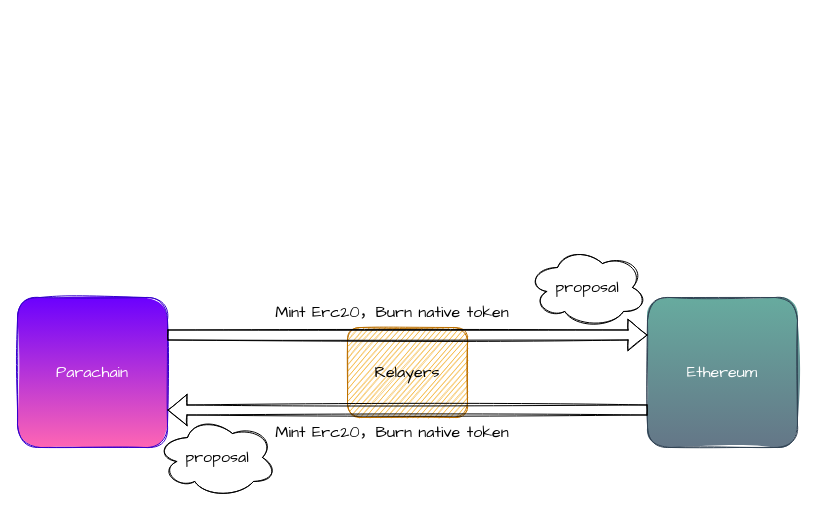
The draw.io diagram drawio/bridge_architecture.drawio in 0xrjman/resources, before the edit. Source tidied: cells renumbered, new cells numbered last; positions are measured from the earlier drawing's top-left corner, leaving out a move shared by most shapes. Both pictures are drawn from the tidied source at 100%, with x=0, y=0 at pixel (17, 247).
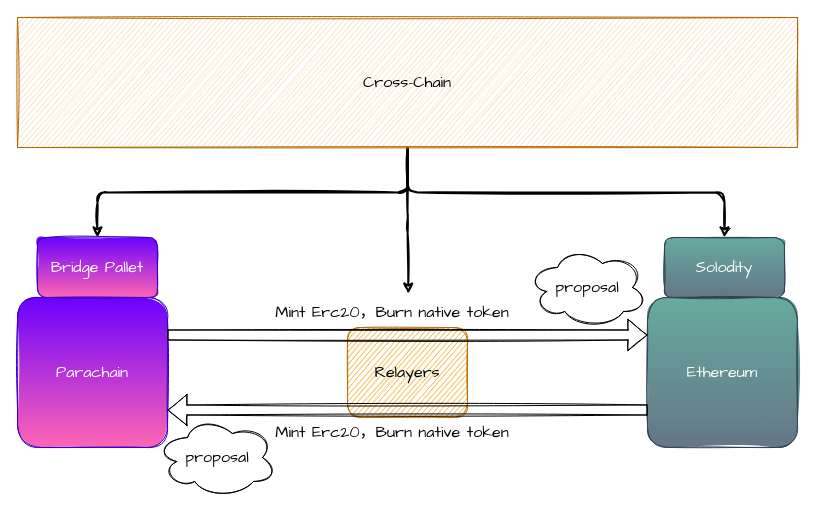
The same diagram, later.

What changed in the source:
```diff
@@
 <mxGraphModel>
   <root>
     <mxCell id="0" />
     <mxCell id="1" parent="0" />
+    <mxCell id="11" style="edgeStyle=orthogonalEdgeStyle;rounded=1;sketch=1;jettySize=auto;html=1;fontFamily=Comic Sans MS;fontSize=16;strokeWidth=2;" parent="1" edge="1" source="2" target="18">
+      <mxGeometry relative="1" as="geometry" />
+    </mxCell>
     <mxCell id="2" value="Parachain" style="rounded=1;whiteSpace=wrap;html=1;fontSize=16;sketch=1;fontFamily=Comic Sans MS;fillColor=#6a00ff;fontColor=#ffffff;strokeColor=#3700CC;gradientColor=#FF66B3;" parent="1" vertex="1">
       <mxGeometry y="50" width="150" height="150" as="geometry" />
     </mxCell>
+    <mxCell id="12" style="edgeStyle=orthogonalEdgeStyle;rounded=1;sketch=1;jettySize=auto;html=1;fontFamily=Comic Sans MS;fontSize=16;strokeWidth=2;" parent="1" edge="1" source="3" target="17">
+      <mxGeometry relative="1" as="geometry" />
+    </mxCell>
     <mxCell id="3" value="Ethereum" style="rounded=1;whiteSpace=wrap;html=1;fontSize=16;sketch=1;fontFamily=Comic Sans MS;fillColor=#647687;fontColor=#ffffff;strokeColor=#314354;gradientColor=#67AB9F;gradientDirection=north;" parent="1" vertex="1">
       <mxGeometry x="630" y="50" width="150" height="150" as="geometry" />
     </mxCell>
     <mxCell id="4" value="Relayers" style="rounded=1;whiteSpace=wrap;html=1;fontSize=16;shadow=0;glass=0;sketch=1;fontFamily=Comic Sans MS;fillColor=#f0a30a;fontColor=#000000;strokeColor=#BD7000;" parent="1" vertex="1">
       <mxGeometry x="330" y="80" width="120" height="90" as="geometry" />
     </mxCell>
     <mxCell id="5" style="endArrow=classic;html=1;rounded=1;fontSize=16;exitX=1;exitY=0.25;exitDx=0;exitDy=0;entryX=0;entryY=0.25;entryDx=0;entryDy=0;strokeWidth=1;shape=flexArrow;sketch=1;" parent="1" edge="1" source="2" target="3">
       <mxGeometry relative="1" as="geometry" />
     </mxCell>
     <mxCell id="6" style="endArrow=classic;html=1;rounded=1;fontSize=16;exitX=0;exitY=0.75;exitDx=0;exitDy=0;entryX=1;entryY=0.75;entryDx=0;entryDy=0;strokeWidth=1;shape=flexArrow;sketch=1;" parent="1" edge="1" source="3" target="2">
       <mxGeometry relative="1" as="geometry" />
     </mxCell>
     <mxCell id="7" value="Mint Erc20，Burn native token" style="text;html=1;strokeColor=none;fillColor=none;align=center;verticalAlign=middle;whiteSpace=wrap;rounded=0;fontSize=16;fontFamily=Comic Sans MS;" parent="1" vertex="1">
       <mxGeometry x="210" y="170" width="330" height="30" as="geometry" />
     </mxCell>
     <mxCell id="8" value="Mint Erc20，Burn native token" style="text;html=1;strokeColor=none;fillColor=none;align=center;verticalAlign=middle;whiteSpace=wrap;rounded=0;fontSize=16;fontFamily=Comic Sans MS;" parent="1" vertex="1">
       <mxGeometry x="210" y="50" width="330" height="30" as="geometry" />
     </mxCell>
     <mxCell id="9" value="proposal" style="ellipse;shape=cloud;whiteSpace=wrap;html=1;rounded=1;shadow=0;glass=0;sketch=1;fontFamily=Comic Sans MS;fontSize=16;" parent="1" vertex="1">
       <mxGeometry x="510" width="120" height="80" as="geometry" />
     </mxCell>
     <mxCell id="10" value="proposal" style="ellipse;shape=cloud;whiteSpace=wrap;html=1;rounded=1;shadow=0;glass=0;sketch=1;fontFamily=Comic Sans MS;fontSize=16;" parent="1" vertex="1">
       <mxGeometry x="140" y="170" width="120" height="80" as="geometry" />
     </mxCell>
+    <mxCell id="13" style="edgeStyle=orthogonalEdgeStyle;rounded=1;sketch=1;jettySize=auto;html=1;exitX=0.5;exitY=1;exitDx=0;exitDy=0;entryX=0.548;entryY=-0.126;entryDx=0;entryDy=0;entryPerimeter=0;fontFamily=Comic Sans MS;fontSize=16;strokeWidth=2;" parent="1" edge="1" source="16" target="8">
+      <mxGeometry relative="1" as="geometry" />
+    </mxCell>
+    <mxCell id="14" style="edgeStyle=orthogonalEdgeStyle;rounded=1;sketch=1;jettySize=auto;html=1;exitX=0.5;exitY=1;exitDx=0;exitDy=0;entryX=0.5;entryY=0;entryDx=0;entryDy=0;fontFamily=Comic Sans MS;fontSize=16;strokeWidth=2;" parent="1" edge="1" source="16" target="17">
+      <mxGeometry relative="1" as="geometry" />
+    </mxCell>
+    <mxCell id="15" style="edgeStyle=orthogonalEdgeStyle;rounded=1;sketch=1;jettySize=auto;html=1;exitX=0.5;exitY=1;exitDx=0;exitDy=0;entryX=0.5;entryY=0;entryDx=0;entryDy=0;fontFamily=Comic Sans MS;fontSize=16;strokeWidth=2;" parent="1" edge="1" source="16" target="18">
+      <mxGeometry relative="1" as="geometry" />
+    </mxCell>
+    <mxCell id="16" value="Cross-Chain" style="rounded=0;whiteSpace=wrap;html=1;shadow=0;glass=0;sketch=1;fontFamily=Comic Sans MS;fontSize=16;gradientDirection=north;fillColor=#fad7ac;strokeColor=#b46504;" parent="1" vertex="1">
+      <mxGeometry y="-230" width="780" height="130" as="geometry" />
+    </mxCell>
+    <mxCell id="17" value="Solodity" style="whiteSpace=wrap;html=1;fontSize=16;fontFamily=Comic Sans MS;fillColor=#647687;strokeColor=#314354;fontColor=#ffffff;rounded=1;sketch=1;gradientColor=#67AB9F;gradientDirection=north;" parent="1" vertex="1">
+      <mxGeometry x="647" y="-10" width="120" height="60" as="geometry" />
+    </mxCell>
+    <mxCell id="18" value="Bridge Pallet" style="whiteSpace=wrap;html=1;fontSize=16;fontFamily=Comic Sans MS;fillColor=#6a00ff;strokeColor=#3700CC;fontColor=#ffffff;rounded=1;sketch=1;gradientColor=#FF66B3;" parent="1" vertex="1">
+      <mxGeometry x="20" y="-10" width="120" height="60" as="geometry" />
+    </mxCell>
   </root>
 </mxGraphModel>
```
